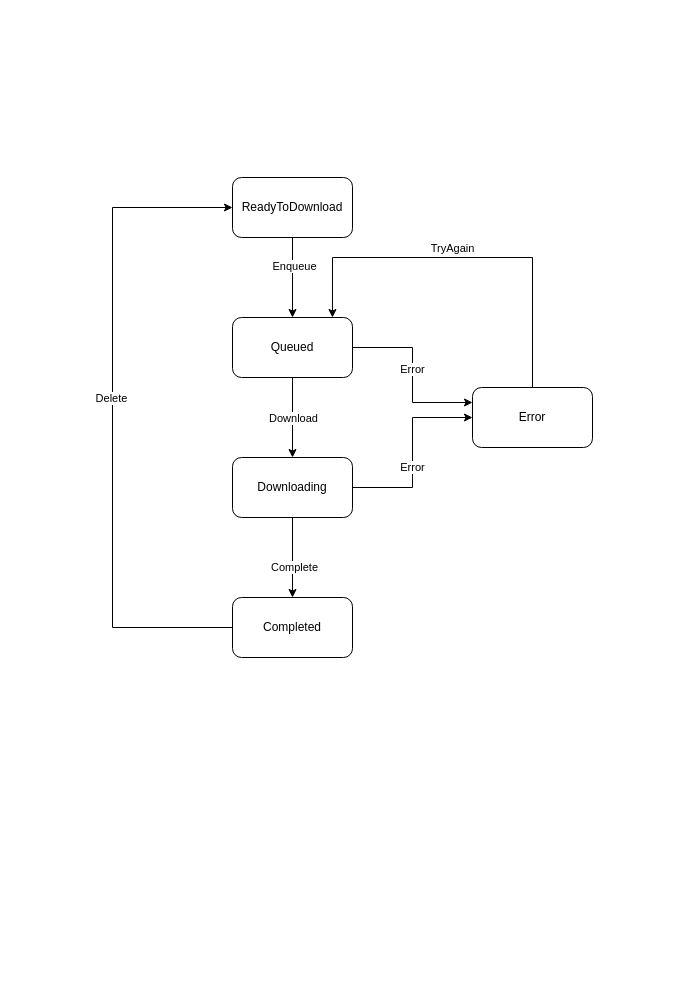
Before: FileTransferStates.drawio in loginovao/Diagrams, a draw.io diagram. Source tidied: cells renumbered, new cells numbered last; positions are measured from the earlier drawing's top-left corner, leaving out a move shared by most shapes. Both pictures are drawn from the tidied source at 100%, with x=0, y=0 at pixel (112, 177).
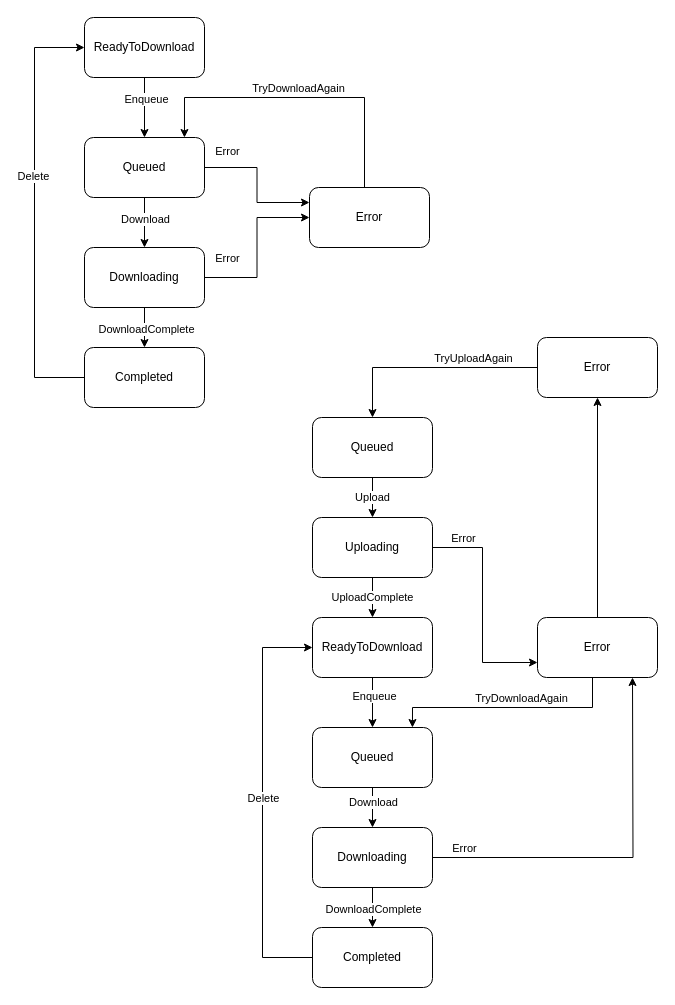
Above is the later version.

What changed in the source:
```diff
@@
-    <mxCell id="2" style="edgeStyle=orthogonalEdgeStyle;rounded=0;jettySize=auto;html=1;" parent="1" edge="1" source="4" target="9">
-      <mxGeometry relative="1" as="geometry" />
-    </mxCell>
-    <mxCell id="3" value="Enqueue" style="edgeLabel;html=1;align=center;verticalAlign=middle;" parent="2" vertex="1">
-      <mxGeometry x="-0.29" y="1" relative="1" as="geometry" />
-    </mxCell>
-    <mxCell id="4" value="ReadyToDownload" style="rounded=1;whiteSpace=wrap;html=1;" parent="1" vertex="1">
-      <mxGeometry x="120" width="120" height="60" as="geometry" />
-    </mxCell>
-    <mxCell id="5" style="edgeStyle=orthogonalEdgeStyle;rounded=0;jettySize=auto;html=1;" parent="1" edge="1" source="9" target="14">
-      <mxGeometry relative="1" as="geometry" />
-    </mxCell>
-    <mxCell id="6" value="Download" style="edgeLabel;html=1;align=center;verticalAlign=middle;" parent="5" vertex="1">
-      <mxGeometry x="0.27" y="1" relative="1" as="geometry">
-        <mxPoint x="-1" y="-11" as="offset" />
-      </mxGeometry>
-    </mxCell>
-    <mxCell id="7" style="edgeStyle=orthogonalEdgeStyle;rounded=0;jettySize=auto;html=1;entryX=0;entryY=0.25;entryDx=0;entryDy=0;" parent="1" edge="1" source="9" target="20">
-      <mxGeometry relative="1" as="geometry" />
-    </mxCell>
-    <mxCell id="8" value="Error" style="edgeLabel;html=1;align=center;verticalAlign=middle;" parent="7" vertex="1">
-      <mxGeometry x="-0.17" y="-1" relative="1" as="geometry">
-        <mxPoint y="8" as="offset" />
-      </mxGeometry>
-    </mxCell>
-    <mxCell id="9" value="Queued" style="rounded=1;whiteSpace=wrap;html=1;" parent="1" vertex="1">
-      <mxGeometry x="120" y="140" width="120" height="60" as="geometry" />
-    </mxCell>
-    <mxCell id="10" style="edgeStyle=orthogonalEdgeStyle;rounded=0;jettySize=auto;html=1;" parent="1" edge="1" source="14" target="17">
-      <mxGeometry relative="1" as="geometry" />
-    </mxCell>
-    <mxCell id="11" value="Complete" style="edgeLabel;html=1;align=center;verticalAlign=middle;" parent="10" vertex="1">
-      <mxGeometry x="0.23" y="1" relative="1" as="geometry" />
-    </mxCell>
-    <mxCell id="12" style="edgeStyle=orthogonalEdgeStyle;rounded=0;jettySize=auto;html=1;exitX=1;exitY=0.5;exitDx=0;exitDy=0;entryX=0;entryY=0.5;entryDx=0;entryDy=0;" parent="1" edge="1" source="14" target="20">
-      <mxGeometry relative="1" as="geometry" />
-    </mxCell>
-    <mxCell id="13" value="Error" style="edgeLabel;html=1;align=center;verticalAlign=middle;" parent="12" vertex="1">
-      <mxGeometry x="-0.15" y="1" relative="1" as="geometry" />
-    </mxCell>
-    <mxCell id="14" value="Downloading" style="rounded=1;whiteSpace=wrap;html=1;" parent="1" vertex="1">
-      <mxGeometry x="120" y="280" width="120" height="60" as="geometry" />
-    </mxCell>
-    <mxCell id="15" style="edgeStyle=orthogonalEdgeStyle;rounded=0;jettySize=auto;html=1;exitX=0;exitY=0.5;exitDx=0;exitDy=0;entryX=0;entryY=0.5;entryDx=0;entryDy=0;" parent="1" edge="1" source="17" target="4">
-      <mxGeometry relative="1" as="geometry">
-        <Array as="points">
-          <mxPoint y="450" />
-          <mxPoint y="30" />
-        </Array>
-      </mxGeometry>
-    </mxCell>
-    <mxCell id="16" value="Delete" style="edgeLabel;html=1;align=center;verticalAlign=middle;" parent="15" vertex="1">
-      <mxGeometry x="-0.15" y="2" relative="1" as="geometry">
-        <mxPoint y="-69" as="offset" />
-      </mxGeometry>
-    </mxCell>
-    <mxCell id="17" value="Completed" style="rounded=1;whiteSpace=wrap;html=1;" parent="1" vertex="1">
-      <mxGeometry x="120" y="420" width="120" height="60" as="geometry" />
-    </mxCell>
-    <mxCell id="18" style="edgeStyle=orthogonalEdgeStyle;rounded=0;jettySize=auto;html=1;exitX=0.5;exitY=0;exitDx=0;exitDy=0;entryX=0.833;entryY=0;entryDx=0;entryDy=0;entryPerimeter=0;" parent="1" edge="1" source="20" target="9">
-      <mxGeometry relative="1" as="geometry">
-        <Array as="points">
-          <mxPoint x="420" y="80" />
-          <mxPoint x="220" y="80" />
-        </Array>
-      </mxGeometry>
-    </mxCell>
-    <mxCell id="19" value="TryAgain" style="edgeLabel;html=1;align=center;verticalAlign=middle;" parent="18" vertex="1">
-      <mxGeometry x="0.36" y="1" relative="1" as="geometry">
-        <mxPoint x="54" y="-11" as="offset" />
-      </mxGeometry>
-    </mxCell>
-    <mxCell id="20" value="Error" style="rounded=1;whiteSpace=wrap;html=1;" parent="1" vertex="1">
-      <mxGeometry x="360" y="210" width="120" height="60" as="geometry" />
-    </mxCell>
+    <mxCell id="21" parent="0" />
+    <mxCell id="22" style="edgeStyle=orthogonalEdgeStyle;rounded=0;jettySize=auto;html=1;" parent="21" edge="1" source="24" target="29">
+      <mxGeometry relative="1" as="geometry" />
+    </mxCell>
+    <mxCell id="23" value="Enqueue" style="edgeLabel;html=1;align=center;verticalAlign=middle;" parent="22" vertex="1">
+      <mxGeometry x="-0.29" y="1" relative="1" as="geometry" />
+    </mxCell>
+    <mxCell id="24" value="ReadyToDownload" style="rounded=1;whiteSpace=wrap;html=1;" parent="21" vertex="1">
+      <mxGeometry x="-28" y="-160" width="120" height="60" as="geometry" />
+    </mxCell>
+    <mxCell id="25" style="edgeStyle=orthogonalEdgeStyle;rounded=0;jettySize=auto;html=1;" parent="21" edge="1" source="29" target="34">
+      <mxGeometry relative="1" as="geometry" />
+    </mxCell>
+    <mxCell id="26" value="Download" style="edgeLabel;html=1;align=center;verticalAlign=middle;" parent="25" vertex="1">
+      <mxGeometry x="0.27" y="1" relative="1" as="geometry">
+        <mxPoint x="-1" y="-11" as="offset" />
+      </mxGeometry>
+    </mxCell>
+    <mxCell id="27" style="edgeStyle=orthogonalEdgeStyle;rounded=0;jettySize=auto;html=1;entryX=0;entryY=0.25;entryDx=0;entryDy=0;" parent="21" edge="1" source="29" target="40">
+      <mxGeometry relative="1" as="geometry" />
+    </mxCell>
+    <mxCell id="28" value="Error" style="edgeLabel;html=1;align=center;verticalAlign=middle;" parent="27" vertex="1">
+      <mxGeometry x="-0.17" y="-1" relative="1" as="geometry">
+        <mxPoint x="-29" y="-22" as="offset" />
+      </mxGeometry>
+    </mxCell>
+    <mxCell id="29" value="Queued" style="rounded=1;whiteSpace=wrap;html=1;" parent="21" vertex="1">
+      <mxGeometry x="-28" y="-40" width="120" height="60" as="geometry" />
+    </mxCell>
+    <mxCell id="30" style="edgeStyle=orthogonalEdgeStyle;rounded=0;jettySize=auto;html=1;" parent="21" edge="1" source="34" target="37">
+      <mxGeometry relative="1" as="geometry" />
+    </mxCell>
+    <mxCell id="31" value="DownloadComplete" style="edgeLabel;html=1;align=center;verticalAlign=middle;" parent="30" vertex="1">
+      <mxGeometry x="0.23" y="1" relative="1" as="geometry">
+        <mxPoint y="-4" as="offset" />
+      </mxGeometry>
+    </mxCell>
+    <mxCell id="32" style="edgeStyle=orthogonalEdgeStyle;rounded=0;jettySize=auto;html=1;exitX=1;exitY=0.5;exitDx=0;exitDy=0;entryX=0;entryY=0.5;entryDx=0;entryDy=0;" parent="21" edge="1" source="34" target="40">
+      <mxGeometry relative="1" as="geometry" />
+    </mxCell>
+    <mxCell id="33" value="Error" style="edgeLabel;html=1;align=center;verticalAlign=middle;" parent="32" vertex="1">
+      <mxGeometry x="-0.15" y="1" relative="1" as="geometry">
+        <mxPoint x="-29" y="-2" as="offset" />
+      </mxGeometry>
+    </mxCell>
+    <mxCell id="34" value="Downloading" style="rounded=1;whiteSpace=wrap;html=1;" parent="21" vertex="1">
+      <mxGeometry x="-28" y="70" width="120" height="60" as="geometry" />
+    </mxCell>
+    <mxCell id="35" style="edgeStyle=orthogonalEdgeStyle;rounded=0;jettySize=auto;html=1;exitX=0;exitY=0.5;exitDx=0;exitDy=0;entryX=0;entryY=0.5;entryDx=0;entryDy=0;" parent="21" edge="1" source="37" target="24">
+      <mxGeometry relative="1" as="geometry">
+        <Array as="points">
+          <mxPoint x="-78" y="200" />
+          <mxPoint x="-78" y="-130" />
+        </Array>
+      </mxGeometry>
+    </mxCell>
+    <mxCell id="36" value="Delete" style="edgeLabel;html=1;align=center;verticalAlign=middle;" parent="35" vertex="1">
+      <mxGeometry x="-0.15" y="2" relative="1" as="geometry">
+        <mxPoint y="-69" as="offset" />
+      </mxGeometry>
+    </mxCell>
+    <mxCell id="37" value="Completed" style="rounded=1;whiteSpace=wrap;html=1;" parent="21" vertex="1">
+      <mxGeometry x="-28" y="170" width="120" height="60" as="geometry" />
+    </mxCell>
+    <mxCell id="38" style="edgeStyle=orthogonalEdgeStyle;rounded=0;jettySize=auto;html=1;entryX=0.833;entryY=0;entryDx=0;entryDy=0;entryPerimeter=0;" parent="21" edge="1" source="40" target="29">
+      <mxGeometry relative="1" as="geometry">
+        <Array as="points">
+          <mxPoint x="252" y="-80" />
+          <mxPoint x="72" y="-80" />
+        </Array>
+      </mxGeometry>
+    </mxCell>
+    <mxCell id="39" value="TryDownloadAgain" style="edgeLabel;html=1;align=center;verticalAlign=middle;" parent="38" vertex="1">
+      <mxGeometry x="0.36" y="1" relative="1" as="geometry">
+        <mxPoint x="54" y="-11" as="offset" />
+      </mxGeometry>
+    </mxCell>
+    <mxCell id="40" value="Error" style="rounded=1;whiteSpace=wrap;html=1;" parent="21" vertex="1">
+      <mxGeometry x="197" y="10" width="120" height="60" as="geometry" />
+    </mxCell>
+    <mxCell id="41" parent="0" />
+    <mxCell id="42" value="Upload" style="edgeStyle=orthogonalEdgeStyle;rounded=0;jettySize=auto;html=1;" parent="41" edge="1" source="43" target="47">
+      <mxGeometry relative="1" as="geometry" />
+    </mxCell>
+    <mxCell id="43" value="Queued" style="rounded=1;whiteSpace=wrap;html=1;" parent="41" vertex="1">
+      <mxGeometry x="200" y="240" width="120" height="60" as="geometry" />
+    </mxCell>
+    <mxCell id="44" value="UploadComplete" style="edgeStyle=orthogonalEdgeStyle;rounded=0;jettySize=auto;html=1;entryX=0.5;entryY=0;entryDx=0;entryDy=0;" parent="41" edge="1" source="47" target="50">
+      <mxGeometry relative="1" as="geometry" />
+    </mxCell>
+    <mxCell id="45" style="edgeStyle=orthogonalEdgeStyle;rounded=0;jettySize=auto;html=1;entryX=0;entryY=0.75;entryDx=0;entryDy=0;" parent="41" edge="1" source="47" target="65">
+      <mxGeometry relative="1" as="geometry">
+        <Array as="points">
+          <mxPoint x="370" y="370" />
+          <mxPoint x="370" y="485" />
+        </Array>
+      </mxGeometry>
+    </mxCell>
+    <mxCell id="46" value="Error" style="edgeLabel;html=1;align=center;verticalAlign=middle;" parent="45" vertex="1">
+      <mxGeometry x="-0.67" y="-1" relative="1" as="geometry">
+        <mxPoint x="-6" y="-11" as="offset" />
+      </mxGeometry>
+    </mxCell>
+    <mxCell id="47" value="Uploading" style="rounded=1;whiteSpace=wrap;html=1;" parent="41" vertex="1">
+      <mxGeometry x="200" y="340" width="120" height="60" as="geometry" />
+    </mxCell>
+    <mxCell id="48" style="edgeStyle=orthogonalEdgeStyle;rounded=0;jettySize=auto;html=1;" parent="41" edge="1" source="50" target="53">
+      <mxGeometry relative="1" as="geometry" />
+    </mxCell>
+    <mxCell id="49" value="Enqueue" style="edgeLabel;html=1;align=center;verticalAlign=middle;" parent="48" vertex="1">
+      <mxGeometry x="-0.29" y="1" relative="1" as="geometry" />
+    </mxCell>
+    <mxCell id="50" value="ReadyToDownload" style="rounded=1;whiteSpace=wrap;html=1;" parent="41" vertex="1">
+      <mxGeometry x="200" y="440" width="120" height="60" as="geometry" />
+    </mxCell>
+    <mxCell id="51" style="edgeStyle=orthogonalEdgeStyle;rounded=0;jettySize=auto;html=1;" parent="41" edge="1" source="53" target="58">
+      <mxGeometry relative="1" as="geometry" />
+    </mxCell>
+    <mxCell id="52" value="Download" style="edgeLabel;html=1;align=center;verticalAlign=middle;" parent="51" vertex="1">
+      <mxGeometry x="0.27" y="1" relative="1" as="geometry">
+        <mxPoint x="-1" y="-11" as="offset" />
+      </mxGeometry>
+    </mxCell>
+    <mxCell id="53" value="Queued" style="rounded=1;whiteSpace=wrap;html=1;" parent="41" vertex="1">
+      <mxGeometry x="200" y="550" width="120" height="60" as="geometry" />
+    </mxCell>
+    <mxCell id="54" style="edgeStyle=orthogonalEdgeStyle;rounded=0;jettySize=auto;html=1;" parent="41" edge="1" source="58" target="61">
+      <mxGeometry relative="1" as="geometry" />
+    </mxCell>
+    <mxCell id="55" value="DownloadComplete" style="edgeLabel;html=1;align=center;verticalAlign=middle;" parent="54" vertex="1">
+      <mxGeometry x="0.23" y="1" relative="1" as="geometry">
+        <mxPoint x="-1" y="-4" as="offset" />
+      </mxGeometry>
+    </mxCell>
+    <mxCell id="56" style="edgeStyle=orthogonalEdgeStyle;rounded=0;jettySize=auto;html=1;exitX=1;exitY=0.5;exitDx=0;exitDy=0;" parent="41" edge="1" source="58">
+      <mxGeometry relative="1" as="geometry">
+        <mxPoint x="520" y="500" as="targetPoint" />
+      </mxGeometry>
+    </mxCell>
+    <mxCell id="57" value="Error" style="edgeLabel;html=1;align=center;verticalAlign=middle;" parent="56" vertex="1">
+      <mxGeometry x="-0.15" y="1" relative="1" as="geometry">
+        <mxPoint x="-131" y="-9" as="offset" />
+      </mxGeometry>
+    </mxCell>
+    <mxCell id="58" value="Downloading" style="rounded=1;whiteSpace=wrap;html=1;" parent="41" vertex="1">
+      <mxGeometry x="200" y="650" width="120" height="60" as="geometry" />
+    </mxCell>
+    <mxCell id="59" style="edgeStyle=orthogonalEdgeStyle;rounded=0;jettySize=auto;html=1;exitX=0;exitY=0.5;exitDx=0;exitDy=0;entryX=0;entryY=0.5;entryDx=0;entryDy=0;" parent="41" edge="1" source="61" target="50">
+      <mxGeometry relative="1" as="geometry">
+        <Array as="points">
+          <mxPoint x="150" y="780" />
+          <mxPoint x="150" y="470" />
+        </Array>
+      </mxGeometry>
+    </mxCell>
+    <mxCell id="60" value="Delete" style="edgeLabel;html=1;align=center;verticalAlign=middle;" parent="59" vertex="1">
+      <mxGeometry x="-0.15" y="2" relative="1" as="geometry">
+        <mxPoint x="2" y="-36" as="offset" />
+      </mxGeometry>
+    </mxCell>
+    <mxCell id="61" value="Completed" style="rounded=1;whiteSpace=wrap;html=1;" parent="41" vertex="1">
+      <mxGeometry x="200" y="750" width="120" height="60" as="geometry" />
+    </mxCell>
+    <mxCell id="62" style="edgeStyle=orthogonalEdgeStyle;rounded=0;jettySize=auto;html=1;entryX=0.833;entryY=0;entryDx=0;entryDy=0;entryPerimeter=0;" parent="41" edge="1" source="65" target="53">
+      <mxGeometry relative="1" as="geometry">
+        <Array as="points">
+          <mxPoint x="480" y="530" />
+          <mxPoint x="300" y="530" />
+        </Array>
+      </mxGeometry>
+    </mxCell>
+    <mxCell id="63" value="TryDownloadAgain" style="edgeLabel;html=1;align=center;verticalAlign=middle;" parent="62" vertex="1">
+      <mxGeometry x="0.36" y="1" relative="1" as="geometry">
+        <mxPoint x="54" y="-11" as="offset" />
+      </mxGeometry>
+    </mxCell>
+    <mxCell id="64" style="edgeStyle=orthogonalEdgeStyle;rounded=0;jettySize=auto;html=1;" parent="41" edge="1" source="65" target="68">
+      <mxGeometry relative="1" as="geometry" />
+    </mxCell>
+    <mxCell id="65" value="Error" style="rounded=1;whiteSpace=wrap;html=1;" parent="41" vertex="1">
+      <mxGeometry x="425" y="440" width="120" height="60" as="geometry" />
+    </mxCell>
+    <mxCell id="66" style="edgeStyle=orthogonalEdgeStyle;rounded=0;jettySize=auto;html=1;entryX=0.5;entryY=0;entryDx=0;entryDy=0;" parent="41" edge="1" source="68" target="43">
+      <mxGeometry relative="1" as="geometry" />
+    </mxCell>
+    <mxCell id="67" value="TryUploadAgain" style="edgeLabel;html=1;align=center;verticalAlign=middle;" parent="66" vertex="1">
+      <mxGeometry x="-0.5" y="-2" relative="1" as="geometry">
+        <mxPoint x="-11" y="-8" as="offset" />
+      </mxGeometry>
+    </mxCell>
+    <mxCell id="68" value="Error" style="rounded=1;whiteSpace=wrap;html=1;" parent="41" vertex="1">
+      <mxGeometry x="425" y="160" width="120" height="60" as="geometry" />
+    </mxCell>
```
